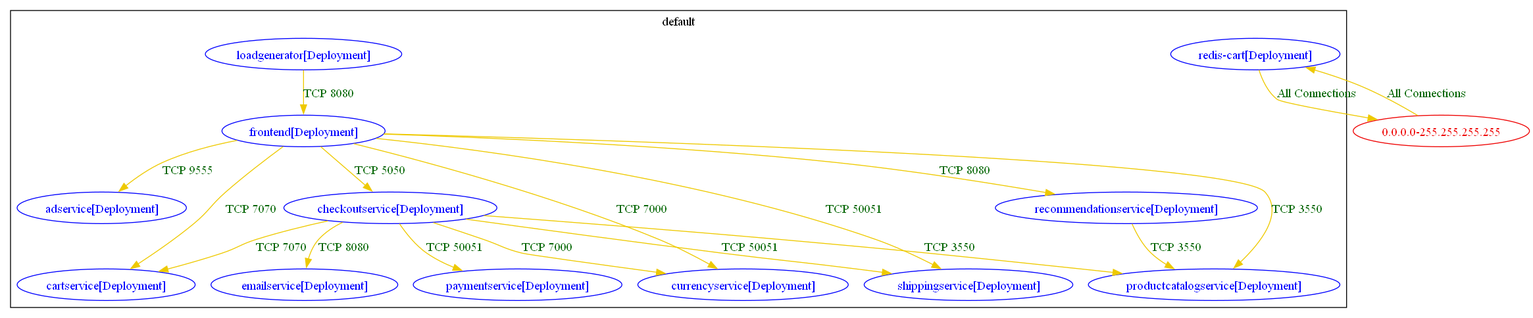
Before: test_outputs/connlist/onlineboutique_workloads_connlist_output.dot.png, a diagram exported from Graphviz (np-guard/netpol-analyzer). Its source is kept beside it as test_outputs/connlist/onlineboutique_workloads_connlist_output.dot.
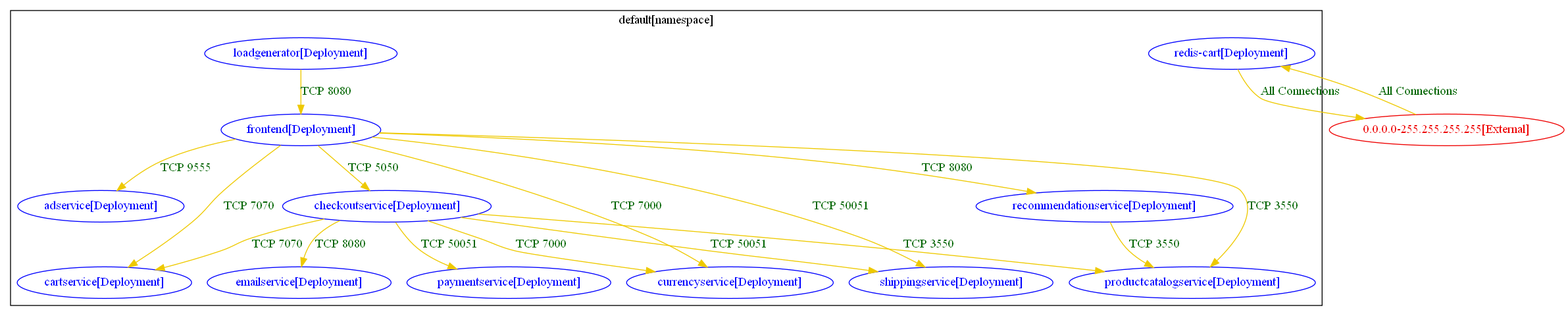
After the commit.

What changed in the source:
```diff
@@ -1,5 +1,5 @@
 digraph {
-	subgraph "cluster_default" {
+	subgraph "cluster_default[namespace]" {
 		color="black"
 		fontcolor="black"
 		"default/adservice[Deployment]" [label="adservice[Deployment]" color="blue" fontcolor="blue"]
@@ -14,10 +14,10 @@
 		"default/recommendationservice[Deployment]" [label="recommendationservice[Deployment]" color="blue" fontcolor="blue"]
 		"default/redis-cart[Deployment]" [label="redis-cart[Deployment]" color="blue" fontcolor="blue"]
 		"default/shippingservice[Deployment]" [label="shippingservice[Deployment]" color="blue" fontcolor="blue"]
-		label="default"
+		label="default[namespace]"
 	}
-	"0.0.0.0-255.255.255.255" [label="0.0.0.0-255.255.255.255" color="red2" fontcolor="red2"]
-	"0.0.0.0-255.255.255.255" -> "default/redis-cart[Deployment]" [label="All Connections" color="gold2" fontcolor="darkgreen" weight=0.5]
+	"0.0.0.0-255.255.255.255[External]" [label="0.0.0.0-255.255.255.255[External]" color="red2" fontcolor="red2"]
+	"0.0.0.0-255.255.255.255[External]" -> "default/redis-cart[Deployment]" [label="All Connections" color="gold2" fontcolor="darkgreen" weight=0.5]
 	"default/checkoutservice[Deployment]" -> "default/cartservice[Deployment]" [label="TCP 7070" color="gold2" fontcolor="darkgreen" weight=1]
 	"default/checkoutservice[Deployment]" -> "default/currencyservice[Deployment]" [label="TCP 7000" color="gold2" fontcolor="darkgreen" weight=0.5]
 	"default/checkoutservice[Deployment]" -> "default/emailservice[Deployment]" [label="TCP 8080" color="gold2" fontcolor="darkgreen" weight=0.5]
@@ -33,5 +33,5 @@
 	"default/frontend[Deployment]" -> "default/shippingservice[Deployment]" [label="TCP 50051" color="gold2" fontcolor="darkgreen" weight=0.5]
 	"default/loadgenerator[Deployment]" -> "default/frontend[Deployment]" [label="TCP 8080" color="gold2" fontcolor="darkgreen" weight=1]
 	"default/recommendationservice[Deployment]" -> "default/productcatalogservice[Deployment]" [label="TCP 3550" color="gold2" fontcolor="darkgreen" weight=1]
-	"default/redis-cart[Deployment]" -> "0.0.0.0-255.255.255.255" [label="All Connections" color="gold2" fontcolor="darkgreen" weight=1]
+	"default/redis-cart[Deployment]" -> "0.0.0.0-255.255.255.255[External]" [label="All Connections" color="gold2" fontcolor="darkgreen" weight=1]
 }
```
